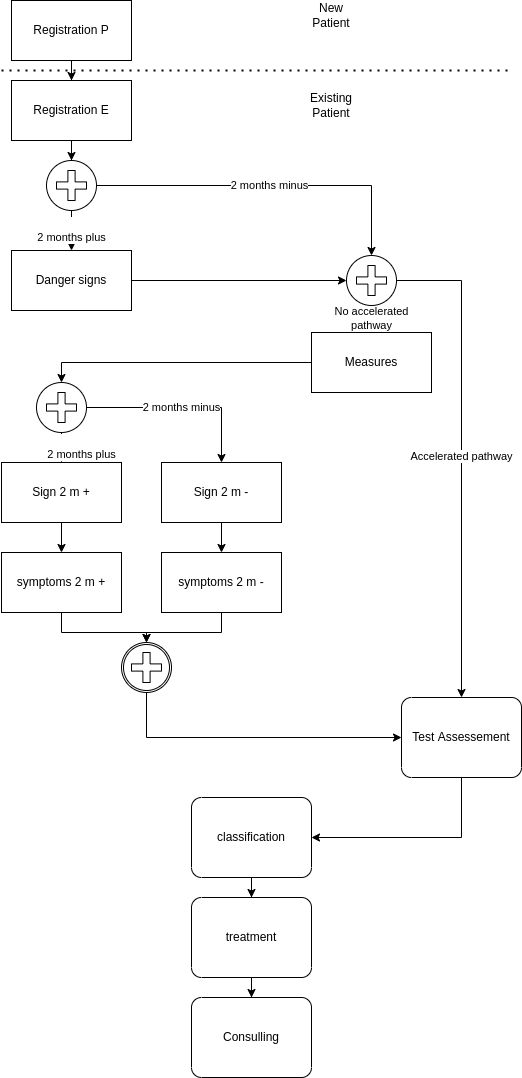
This is input/pagecontent/assets/images/activities-sequence.png from WorldHealthOrganization/smart-emcare-irq, a draw.io export, as it was before one commit. Source tidied: cells renumbered, new cells last; positions are measured from the earlier drawing's top-left corner, leaving out a move shared by most shapes.
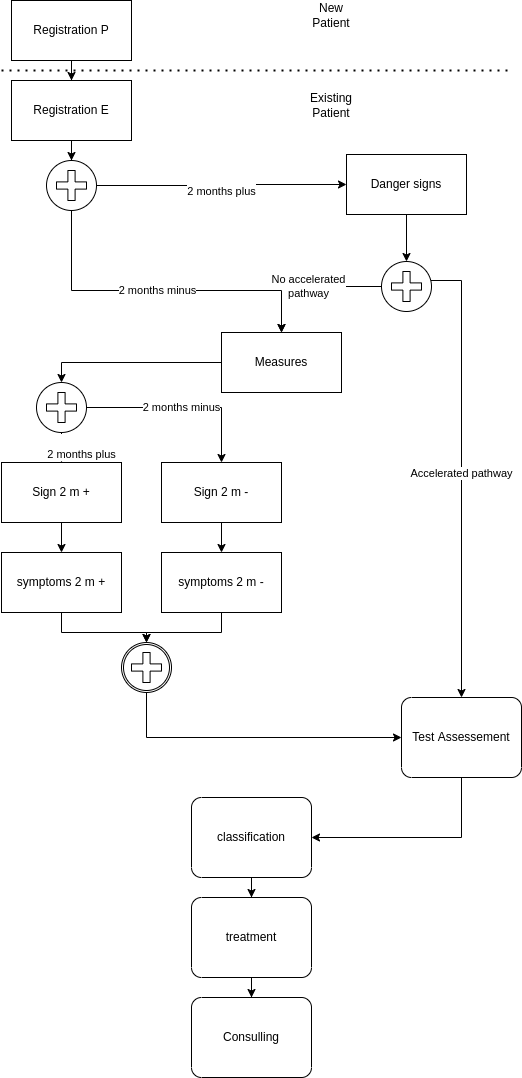
After the commit.

The edit, as a diff of the source:
```diff
@@ -18,7 +18,7 @@
       <mxGeometry relative="1" as="geometry" />
     </mxCell>
     <mxCell id="7" value="Danger signs" style="rounded=0;whiteSpace=wrap;html=1;" parent="1" vertex="1">
-      <mxGeometry x="10" y="250" width="120" height="60" as="geometry" />
+      <mxGeometry x="345" y="154" width="120" height="60" as="geometry" />
     </mxCell>
     <mxCell id="8" style="edgeStyle=orthogonalEdgeStyle;rounded=0;jettySize=auto;html=1;" parent="1" edge="1" source="9" target="16">
       <mxGeometry relative="1" as="geometry" />
@@ -79,7 +79,7 @@
       </mxGeometry>
     </mxCell>
     <mxCell id="23" style="points=[[0.145,0.145,0],[0.5,0,0],[0.855,0.145,0],[1,0.5,0],[0.855,0.855,0],[0.5,1,0],[0.145,0.855,0],[0,0.5,0]];shape=mxgraph.bpmn.event;html=1;verticalLabelPosition=bottom;labelBackgroundColor=#ffffff;verticalAlign=top;align=center;perimeter=ellipsePerimeter;outlineConnect=0;outline=eventInt;symbol=parallelMultiple;" parent="1" vertex="1">
-      <mxGeometry x="345" y="255" width="50" height="50" as="geometry" />
+      <mxGeometry x="380" y="261" width="50" height="50" as="geometry" />
     </mxCell>
     <mxCell id="24" style="edgeStyle=orthogonalEdgeStyle;rounded=0;jettySize=auto;html=1;exitX=0.5;exitY=1;exitDx=0;exitDy=0;exitPerimeter=0;entryX=1;entryY=0.5;entryDx=0;entryDy=0;entryPerimeter=0;" parent="1" edge="1" source="25" target="27">
       <mxGeometry relative="1" as="geometry" />
@@ -106,7 +106,7 @@
       <mxGeometry relative="1" as="geometry" />
     </mxCell>
     <mxCell id="32" value="Measures" style="rounded=0;whiteSpace=wrap;html=1;" parent="1" vertex="1">
-      <mxGeometry x="310" y="332" width="120" height="60" as="geometry" />
+      <mxGeometry x="220" y="332" width="120" height="60" as="geometry" />
     </mxCell>
     <mxCell id="33" style="endArrow=none;dashed=1;html=1;dashPattern=1 3;strokeWidth=2;rounded=0;" parent="1" edge="1">
       <mxGeometry relative="1" as="geometry">
@@ -123,8 +123,13 @@
     <mxCell id="36" value="&lt;br style=&quot;color: rgb(0, 0, 0); font-family: Helvetica; font-size: 11px; font-style: normal; font-variant-ligatures: normal; font-variant-caps: normal; font-weight: 400; letter-spacing: normal; orphans: 2; text-align: center; text-indent: 0px; text-transform: none; widows: 2; word-spacing: 0px; -webkit-text-stroke-width: 0px; text-decoration-thickness: initial; text-decoration-style: initial; text-decoration-color: initial;&quot;&gt;&lt;span style=&quot;color: rgb(0, 0, 0); font-family: Helvetica; font-size: 11px; font-style: normal; font-variant-ligatures: normal; font-variant-caps: normal; font-weight: 400; letter-spacing: normal; orphans: 2; text-align: center; text-indent: 0px; text-transform: none; widows: 2; word-spacing: 0px; -webkit-text-stroke-width: 0px; background-color: rgb(255, 255, 255); text-decoration-thickness: initial; text-decoration-style: initial; text-decoration-color: initial; float: none; display: inline !important;&quot;&gt;2 months plus&lt;/span&gt;" style="edgeStyle=orthogonalEdgeStyle;rounded=0;jettySize=auto;html=1;" parent="1" edge="1" source="38" target="7">
       <mxGeometry relative="1" as="geometry" />
     </mxCell>
-    <mxCell id="37" value="&lt;span style=&quot;color: rgb(0, 0, 0); font-family: Helvetica; font-size: 11px; font-style: normal; font-variant-ligatures: normal; font-variant-caps: normal; font-weight: 400; letter-spacing: normal; orphans: 2; text-align: center; text-indent: 0px; text-transform: none; widows: 2; word-spacing: 0px; -webkit-text-stroke-width: 0px; background-color: rgb(255, 255, 255); text-decoration-thickness: initial; text-decoration-style: initial; text-decoration-color: initial; float: none; display: inline !important;&quot;&gt;2 months minus&lt;/span&gt;" style="edgeStyle=orthogonalEdgeStyle;rounded=0;jettySize=auto;html=1;" parent="1" edge="1" source="38" target="23">
-      <mxGeometry relative="1" as="geometry" />
+    <mxCell id="37" value="&lt;span style=&quot;color: rgb(0, 0, 0); font-family: Helvetica; font-size: 11px; font-style: normal; font-variant-ligatures: normal; font-variant-caps: normal; font-weight: 400; letter-spacing: normal; orphans: 2; text-align: center; text-indent: 0px; text-transform: none; widows: 2; word-spacing: 0px; -webkit-text-stroke-width: 0px; background-color: rgb(255, 255, 255); text-decoration-thickness: initial; text-decoration-style: initial; text-decoration-color: initial; float: none; display: inline !important;&quot;&gt;2 months minus&lt;/span&gt;" style="edgeStyle=orthogonalEdgeStyle;rounded=0;jettySize=auto;html=1;" parent="1" edge="1" source="38" target="32">
+      <mxGeometry relative="1" as="geometry">
+        <Array as="points">
+          <mxPoint x="70" y="290" />
+          <mxPoint x="280" y="290" />
+        </Array>
+      </mxGeometry>
     </mxCell>
     <mxCell id="38" style="points=[[0.145,0.145,0],[0.5,0,0],[0.855,0.145,0],[1,0.5,0],[0.855,0.855,0],[0.5,1,0],[0.145,0.855,0],[0,0.5,0]];shape=mxgraph.bpmn.event;html=1;verticalLabelPosition=bottom;labelBackgroundColor=#ffffff;verticalAlign=top;align=center;perimeter=ellipsePerimeter;outlineConnect=0;outline=eventInt;symbol=parallelMultiple;" parent="1" vertex="1">
       <mxGeometry x="45" y="160" width="50" height="50" as="geometry" />
```
